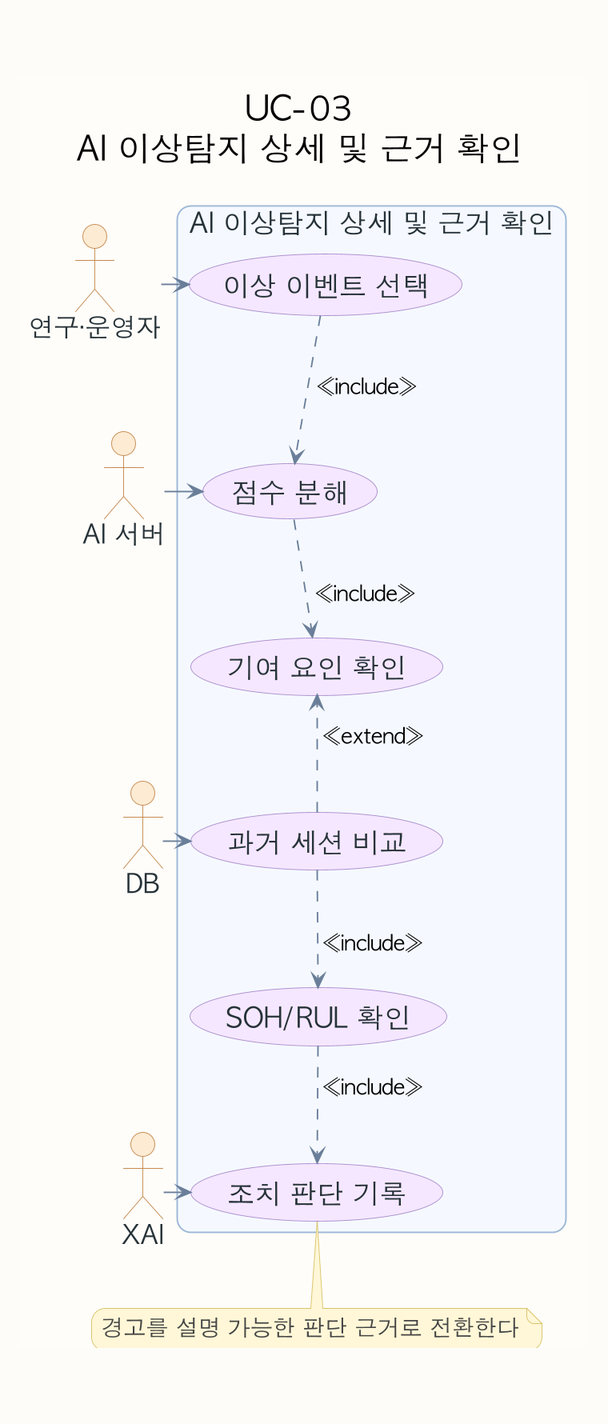
Earlier version of the PlantUML export assets/diagrams/usecase/uc-03-usecase.png (ricky30825-creator/BMS). Its source is kept beside it as assets/diagrams/usecase/uc-03-usecase.puml.
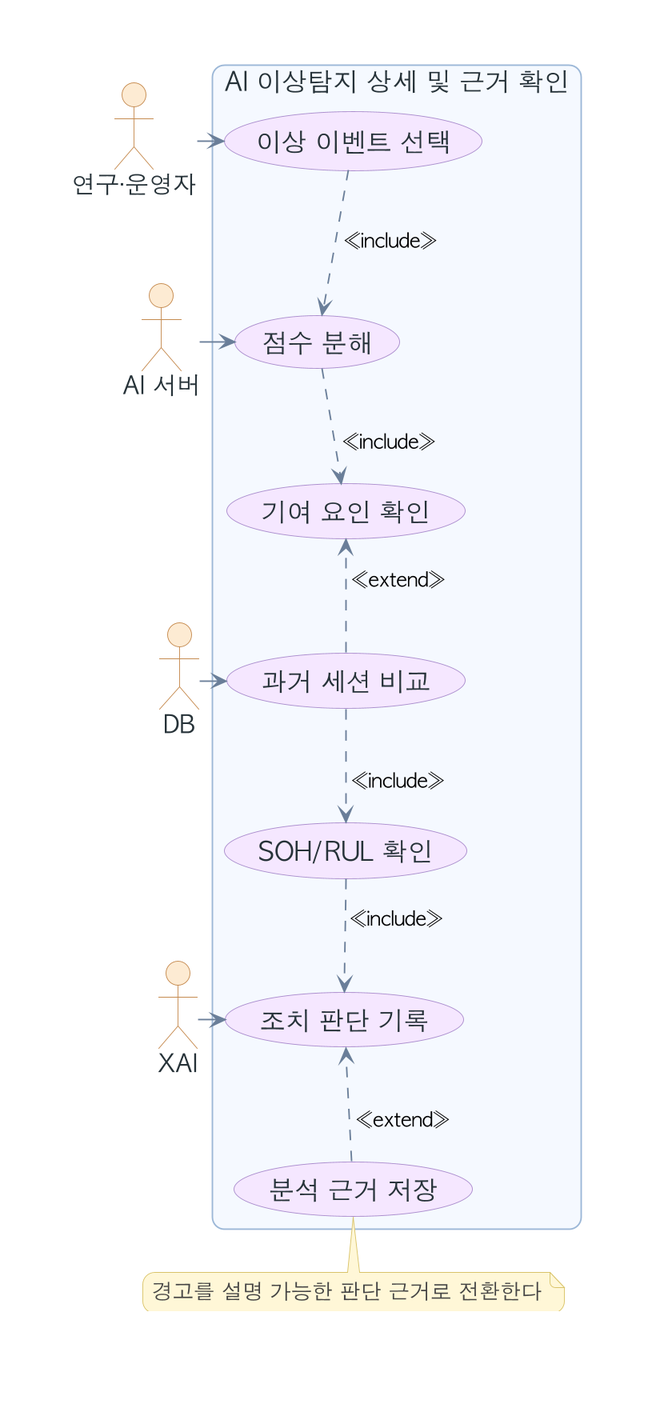
After the commit.

What changed in the source:
```diff
@@ -1,16 +1,15 @@
 @startuml
 !pragma layout smetana
-skinparam backgroundColor #FEFCF8
+skinparam backgroundColor transparent
 skinparam shadowing false
 skinparam dpi 180
 skinparam defaultFontName "AppleGothic"
-skinparam defaultFontSize 18
-skinparam TitleFontSize 22
-skinparam ActorFontSize 17
-skinparam UsecaseFontSize 18
-skinparam NoteFontSize 15
-skinparam ArrowFontSize 14
-skinparam roundcorner 18
+skinparam defaultFontSize 17
+skinparam ActorFontSize 16
+skinparam UsecaseFontSize 17
+skinparam NoteFontSize 14
+skinparam ArrowFontSize 13
+skinparam roundcorner 16
 skinparam usecase {
   BackgroundColor #F8FAFC
   BorderColor #8EA7C2
@@ -37,7 +36,6 @@
   BackgroundColor #F4E7FF
   BorderColor #AA8DCC
 }
-title UC-03\nAI 이상탐지 상세 및 근거 확인
 actor "연구·운영자" as A
 actor "AI 서버" as S1
 actor "DB" as S2
@@ -49,12 +47,14 @@
   usecase "과거 세션 비교" as U4
   usecase "SOH/RUL 확인" as U5
   usecase "조치 판단 기록" as U6
+  usecase "분석 근거 저장" as U7
 }
 U1 -[hidden]down- U2
 U2 -[hidden]down- U3
 U3 -[hidden]down- U4
 U4 -[hidden]down- U5
 U5 -[hidden]down- U6
+U6 -[hidden]down- U7
 A -right-> U1
 S1 -left-> U2
 S2 -left-> U4
@@ -64,7 +64,8 @@
 U4 ..> U3 : <<extend>>
 U4 ..> U5 : <<include>>
 U5 ..> U6 : <<include>>
-note bottom of U6
+U7 ..> U6 : <<extend>>
+note bottom of U7
 경고를 설명 가능한 판단 근거로 전환한다
 end note
 @enduml
```
